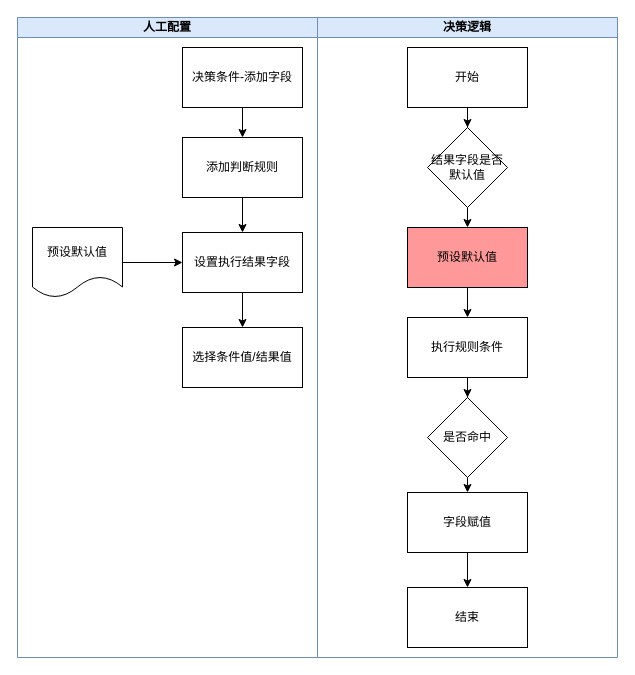
xiaoxiaoxiong1/netty-demo keeps this draw.io diagram as page "决策表逻辑" (8 of 9) of Untitled Diagram.drawio. Above is the earlier version. Source tidied: cells renumbered, new cells numbered last; positions are measured from the earlier drawing's top-left corner, leaving out a move shared by most shapes. Both pictures are drawn from the tidied source at 100%, with x=0, y=0 at pixel (17, 17).
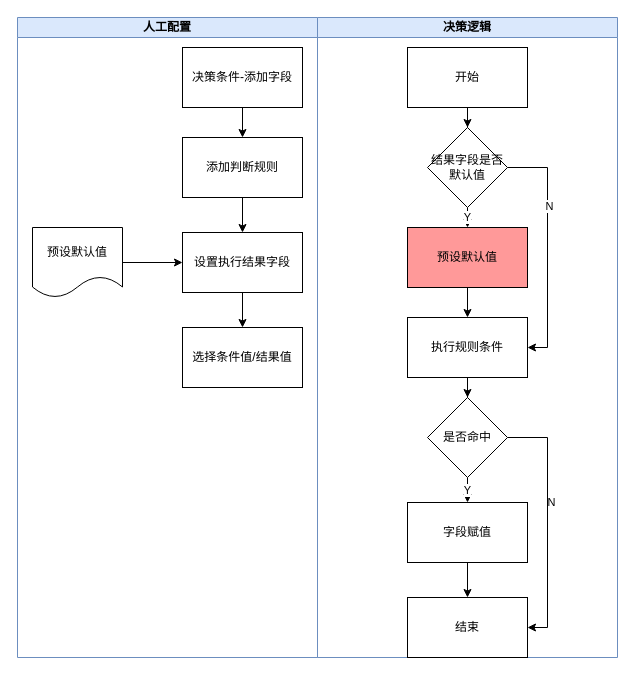
The same diagram, later.

The change refers to these unchanged cells:
```xml
<mxCell id="12" value="决策逻辑" style="swimlane;whiteSpace=wrap;fillColor=#dae8fc;strokeColor=#6c8ebf;startSize=20;" parent="1" vertex="1">
  <mxGeometry x="300" width="300" height="640" as="geometry" />
</mxCell>
<mxCell id="16" value="结果字段是否默认值" style="rhombus;whiteSpace=wrap;html=1;" parent="12" vertex="1">
  <mxGeometry x="110" y="110" width="80" height="80" as="geometry" />
</mxCell>
<mxCell id="18" value="预设默认值" style="rounded=0;whiteSpace=wrap;html=1;fillColor=#FF9999;" parent="12" vertex="1">
  <mxGeometry x="90" y="210" width="120" height="60" as="geometry" />
</mxCell>
<mxCell id="20" value="执行规则条件" style="whiteSpace=wrap;html=1;rounded=0;" parent="12" vertex="1">
  <mxGeometry x="90" y="300" width="120" height="60" as="geometry" />
</mxCell>
<mxCell id="22" value="是否命中" style="rhombus;whiteSpace=wrap;html=1;" parent="12" vertex="1">
  <mxGeometry x="110" y="380" width="80" height="80" as="geometry" />
</mxCell>
```

What changed in the source:
```diff
@@
-    <mxCell id="15" style="edgeStyle=orthogonalEdgeStyle;rounded=0;jettySize=auto;html=1;exitX=0.5;exitY=1;exitDx=0;exitDy=0;entryX=0.5;entryY=0;entryDx=0;entryDy=0;" parent="12" edge="1" source="16" target="18">
+    <mxCell id="15" value="Y" style="edgeStyle=orthogonalEdgeStyle;rounded=0;jettySize=auto;html=1;exitX=0.5;exitY=1;exitDx=0;exitDy=0;entryX=0.5;entryY=0;entryDx=0;entryDy=0;" parent="12" edge="1" source="16" target="18">
       <mxGeometry relative="1" as="geometry" />
     </mxCell>
+    <mxCell id="26" style="edgeStyle=orthogonalEdgeStyle;rounded=0;jettySize=auto;html=1;exitX=1;exitY=0.5;exitDx=0;exitDy=0;entryX=1;entryY=0.5;entryDx=0;entryDy=0;" parent="12" edge="1" source="16" target="20">
+      <mxGeometry relative="1" as="geometry" />
+    </mxCell>
+    <mxCell id="27" value="N" style="edgeLabel;html=1;align=center;verticalAlign=middle;" parent="26" vertex="1">
+      <mxGeometry x="-0.35" y="1" relative="1" as="geometry" />
+    </mxCell>
@@
-    <mxCell id="21" style="edgeStyle=orthogonalEdgeStyle;rounded=0;jettySize=auto;html=1;exitX=0.5;exitY=1;exitDx=0;exitDy=0;entryX=0.5;entryY=0;entryDx=0;entryDy=0;" parent="12" edge="1" source="22" target="24">
+    <mxCell id="21" value="Y" style="edgeStyle=orthogonalEdgeStyle;rounded=0;jettySize=auto;html=1;exitX=0.5;exitY=1;exitDx=0;exitDy=0;entryX=0.5;entryY=0;entryDx=0;entryDy=0;" parent="12" edge="1" source="22" target="24">
       <mxGeometry relative="1" as="geometry" />
     </mxCell>
+    <mxCell id="28" style="edgeStyle=orthogonalEdgeStyle;rounded=0;jettySize=auto;html=1;exitX=1;exitY=0.5;exitDx=0;exitDy=0;entryX=1;entryY=0.5;entryDx=0;entryDy=0;" parent="12" edge="1" source="22" target="25">
+      <mxGeometry relative="1" as="geometry" />
+    </mxCell>
+    <mxCell id="29" value="N" style="edgeLabel;html=1;align=center;verticalAlign=middle;" parent="28" vertex="1">
+      <mxGeometry x="-0.17" y="3" relative="1" as="geometry" />
+    </mxCell>
@@
     <mxCell id="24" value="字段赋值" style="whiteSpace=wrap;html=1;rounded=0;" parent="12" vertex="1">
-      <mxGeometry x="90" y="475" width="120" height="60" as="geometry" />
+      <mxGeometry x="90" y="485" width="120" height="60" as="geometry" />
     </mxCell>
     <mxCell id="25" value="结束" style="whiteSpace=wrap;html=1;rounded=0;" parent="12" vertex="1">
-      <mxGeometry x="90" y="570" width="120" height="60" as="geometry" />
+      <mxGeometry x="90" y="580" width="120" height="60" as="geometry" />
     </mxCell>
```
